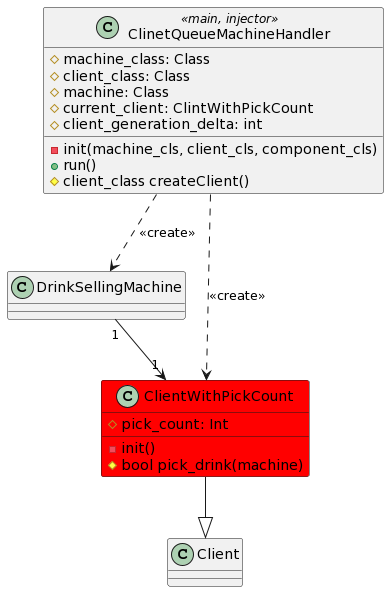
Earlier version of the PlantUML export design/problem_book/drinks-selling-machine/UML/ext2/ext2.png (rserdyukov/programdesign-cource).
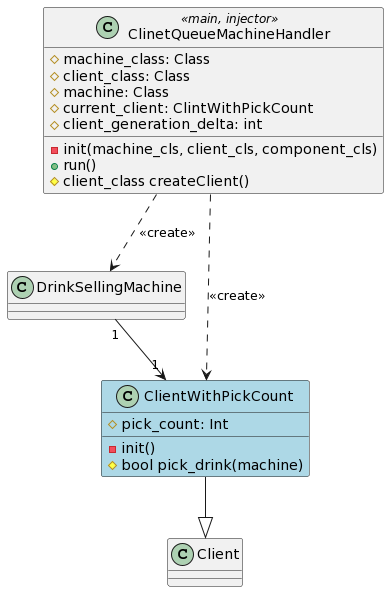
The same diagram one commit later.

The edit, as a diff of the source:
```diff
@@ -13,7 +13,7 @@
 
 class DrinkSellingMachine
 class Client
-class ClientWithPickCount #red {
+class ClientWithPickCount #lightBlue {
   # pick_count: Int
 
   - init()
```
